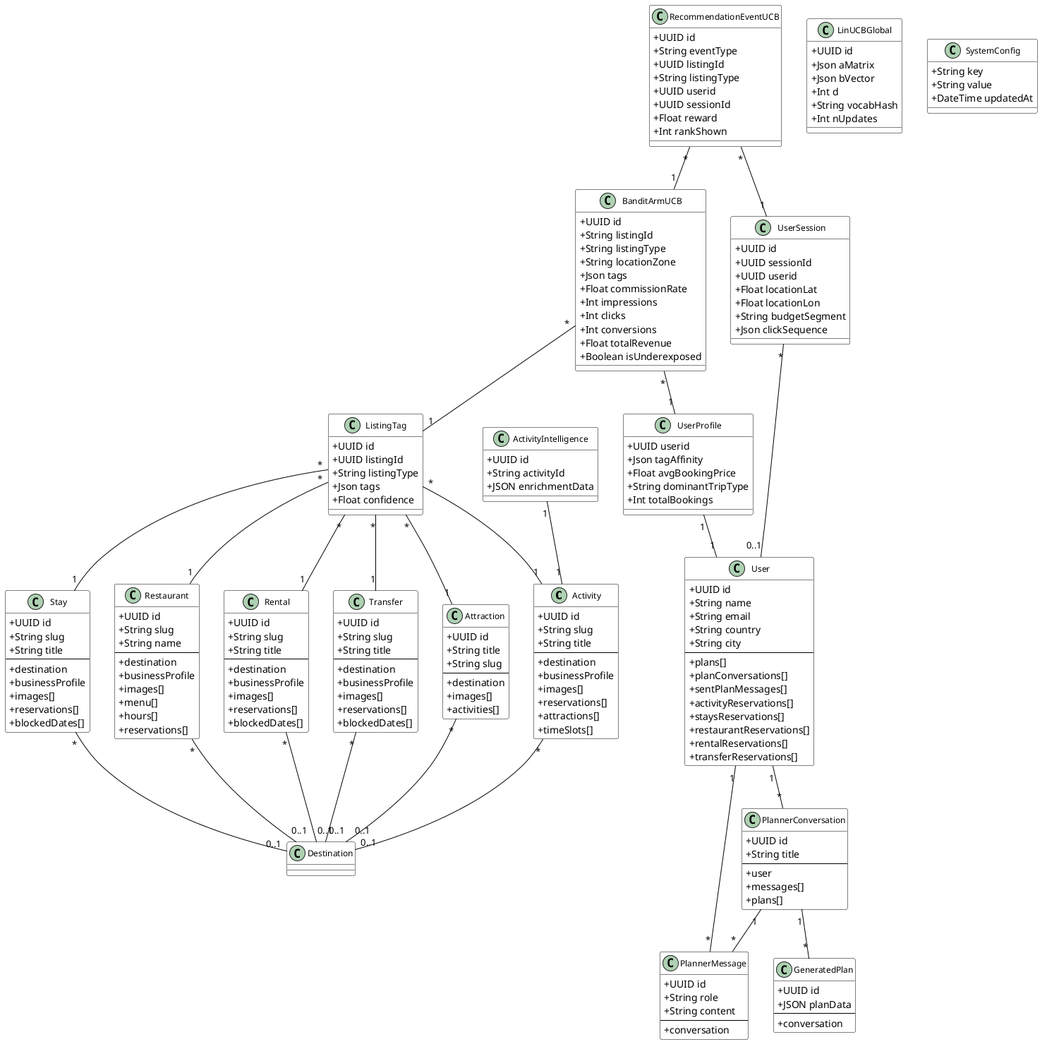
Earlier version of the PlantUML export diagrams/global_class_diagram.png (ahmed-addali/rapport). Its diagram source:
```plantuml
@startuml

skinparam classAttributeIconSize 0
skinparam class {
    BackgroundColor White
    ArrowColor Black
    BorderColor Black
    FontSize 12
}


class Activity {
    +UUID id
    +String slug
    +String title
    --
    +destination
    +businessProfile
    +images[]
    +reservations[]
    +attractions[]
    +timeSlots[]
}

class Stay {
    +UUID id
    +String slug
    +String title
    --
    +destination
    +businessProfile
    +images[]
    +reservations[]
    +blockedDates[]
}

class Restaurant {
    +UUID id
    +String slug
    +String name
    --
    +destination
    +businessProfile
    +images[]
    +menu[]
    +hours[]
    +reservations[]
}

class Rental {
    +UUID id
    +String slug
    +String title
    --
    +destination
    +businessProfile
    +images[]
    +reservations[]
    +blockedDates[]
}

class Transfer {
    +UUID id
    +String slug
    +String title
    --
    +destination
    +businessProfile
    +images[]
    +reservations[]
    +blockedDates[]
}

class Attraction {
    +UUID id
    +String title
    +String slug
    --
    +destination
    +images[]
    +activities[]
}


class User {
    +UUID id
    +String name
    +String email
    +String country
    +String city
    --
    +plans[]
    +planConversations[]
    +sentPlanMessages[]
    +activityReservations[]
    +staysReservations[]
    +restaurantReservations[]
    +rentalReservations[]
    +transferReservations[]
}

class PlannerConversation {
    +UUID id
    +String title
    --
    +user
    +messages[]
    +plans[]
}

class PlannerMessage {
    +UUID id
    +String role
    +String content
    --
    +conversation
}

class GeneratedPlan {
    +UUID id
    +JSON planData
    --
    +conversation
}

class ActivityIntelligence {
    +UUID id
    +String activityId
    +JSON enrichmentData
}


class BanditArmUCB {
    +UUID id
    +String listingId
    +String listingType
    +String locationZone
    +Json tags
    +Float commissionRate
    +Int impressions
    +Int clicks
    +Int conversions
    +Float totalRevenue
    +Boolean isUnderexposed
}

class LinUCBGlobal {
    +UUID id
    +Json aMatrix
    +Json bVector
    +Int d
    +String vocabHash
    +Int nUpdates
}

class SystemConfig {
    +String key
    +String value
    +DateTime updatedAt
}

class ListingTag {
    +UUID id
    +UUID listingId
    +String listingType
    +Json tags
    +Float confidence
}

class UserProfile {
    +UUID userid
    +Json tagAffinity
    +Float avgBookingPrice
    +String dominantTripType
    +Int totalBookings
}

class UserSession {
    +UUID id
    +UUID sessionId
    +UUID userid
    +Float locationLat
    +Float locationLon
    +String budgetSegment
    +Json clickSequence
}

class RecommendationEventUCB {
    +UUID id
    +String eventType
    +UUID listingId
    +String listingType
    +UUID userid
    +UUID sessionId
    +Float reward
    +Int rankShown
}


Activity "*" -- "0..1" Destination
Stay "*" -- "0..1" Destination
Restaurant "*" -- "0..1" Destination
Rental "*" -- "0..1" Destination
Transfer "*" -- "0..1" Destination
Attraction "*" -- "0..1" Destination

User "1" -- "*" PlannerConversation
User "1" -- "*" PlannerMessage


PlannerConversation "1" -- "*" PlannerMessage
PlannerConversation "1" -- "*" GeneratedPlan

ActivityIntelligence "1" -- "1" Activity

BanditArmUCB "*" -- "1" ListingTag
BanditArmUCB "*" -- "1" UserProfile
RecommendationEventUCB "*" -- "1" UserSession
RecommendationEventUCB "*" -- "1" BanditArmUCB
UserSession "*" -- "0..1" User
UserProfile "1" -- "1" User
ListingTag "*" -- "1" Activity
ListingTag "*" -- "1" Stay
ListingTag "*" -- "1" Restaurant
ListingTag "*" -- "1" Rental
ListingTag "*" -- "1" Transfer
ListingTag "*" -- "1" Attraction

@enduml
```
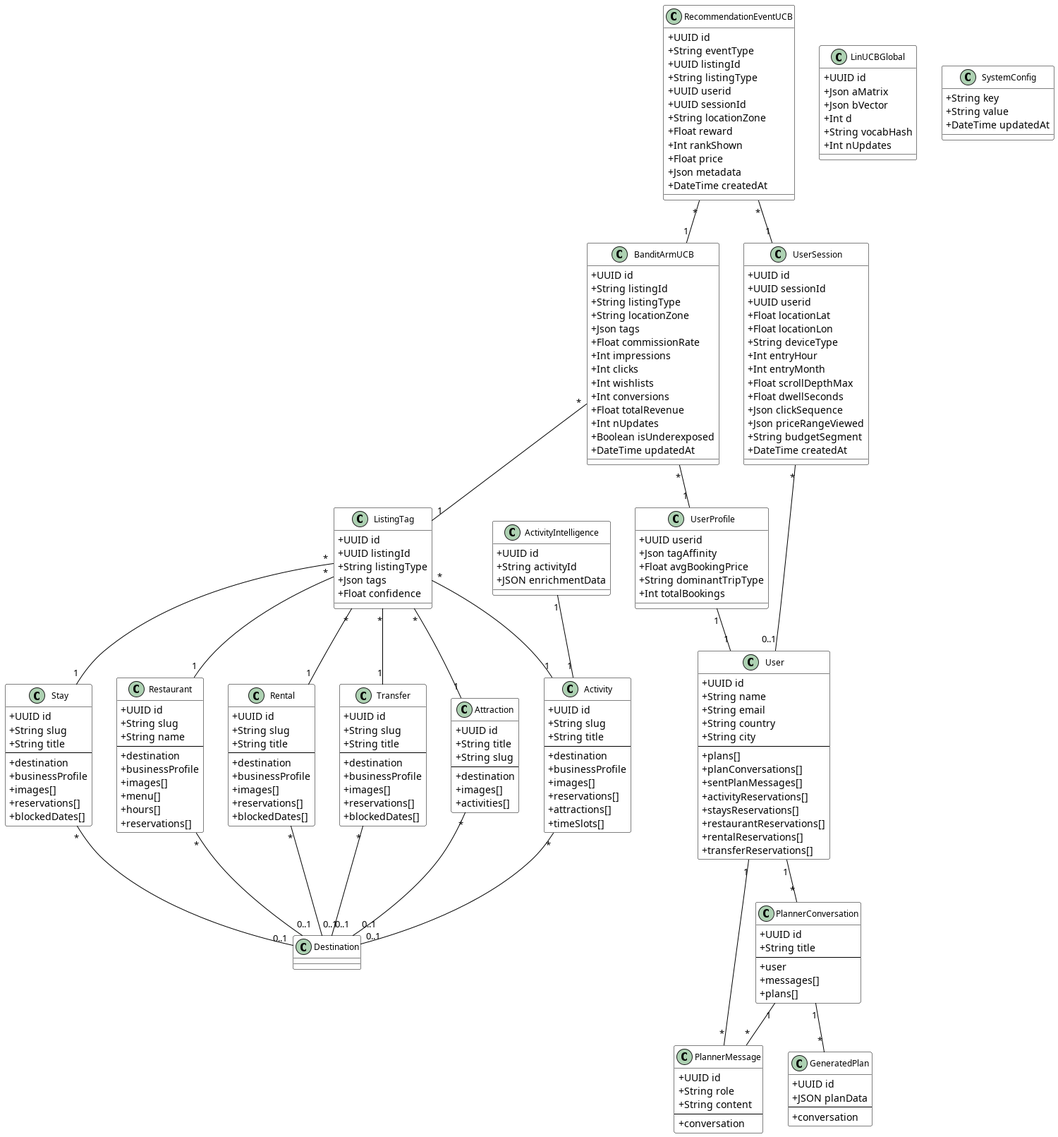
After the commit.

What changed in the source:
```diff
@@ -139,9 +139,12 @@
     +Float commissionRate
     +Int impressions
     +Int clicks
+    +Int wishlists
     +Int conversions
     +Float totalRevenue
+    +Int nUpdates
     +Boolean isUnderexposed
+    +DateTime updatedAt
 }
 
 class LinUCBGlobal {
@@ -181,8 +184,15 @@
     +UUID userid
     +Float locationLat
     +Float locationLon
+    +String deviceType
+    +Int entryHour
+    +Int entryMonth
+    +Float scrollDepthMax
+    +Float dwellSeconds
+    +Json clickSequence
+    +Json priceRangeViewed
     +String budgetSegment
-    +Json clickSequence
+    +DateTime createdAt
 }
 
 class RecommendationEventUCB {
@@ -192,8 +202,12 @@
     +String listingType
     +UUID userid
     +UUID sessionId
+    +String locationZone
     +Float reward
     +Int rankShown
+    +Float price
+    +Json metadata
+    +DateTime createdAt
 }
 
 
```
